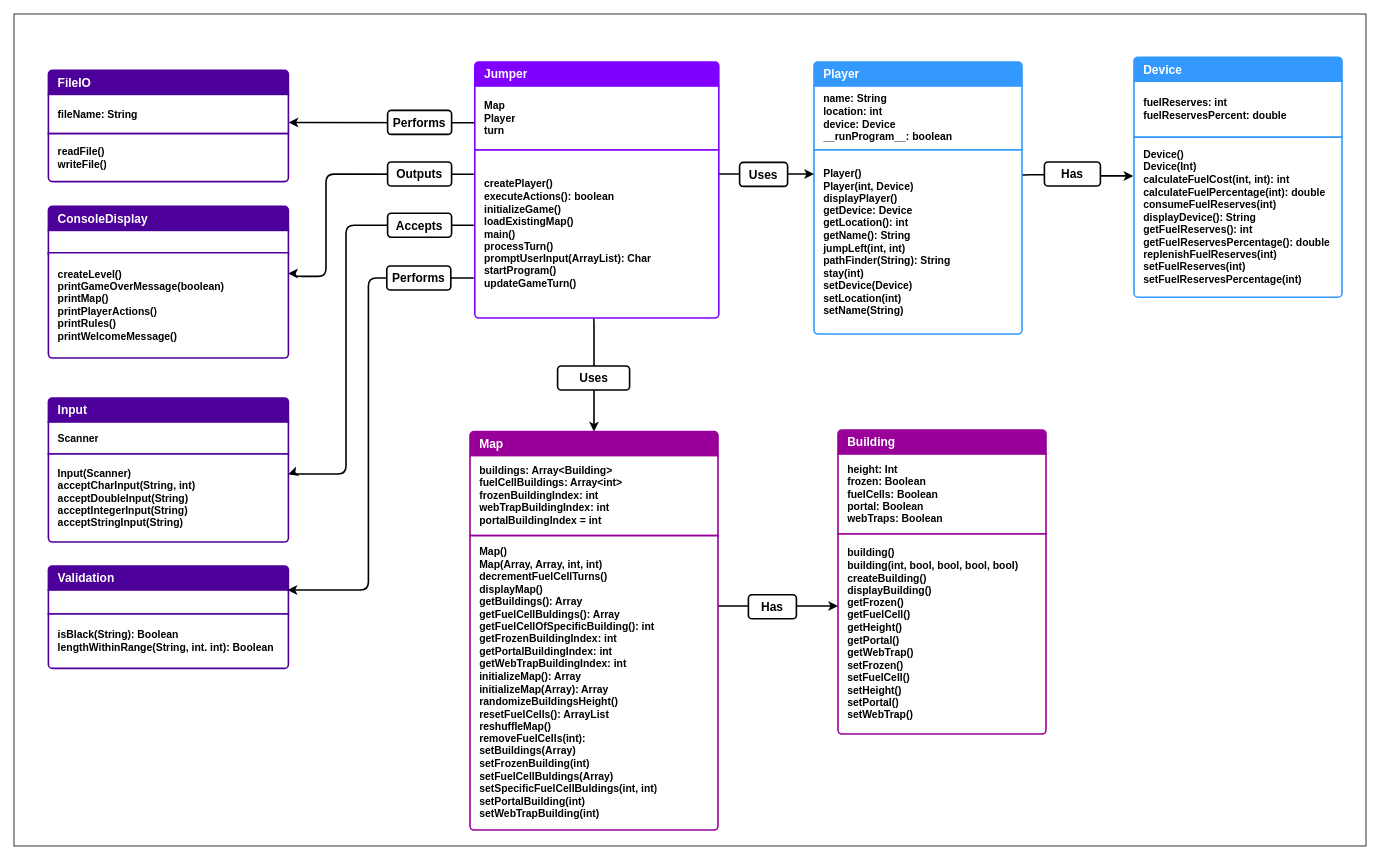
The draw.io diagram Java Programming/Assignment Java Jumper/doc/ClassDiagram.drawio in ByteToBits/CompScience, before the edit. Source tidied: cells renumbered, new cells numbered last; positions are measured from the earlier drawing's top-left corner, leaving out a move shared by most shapes. Both pictures are drawn from the tidied source at 80%, with x=0, y=0 at pixel (14, 14).
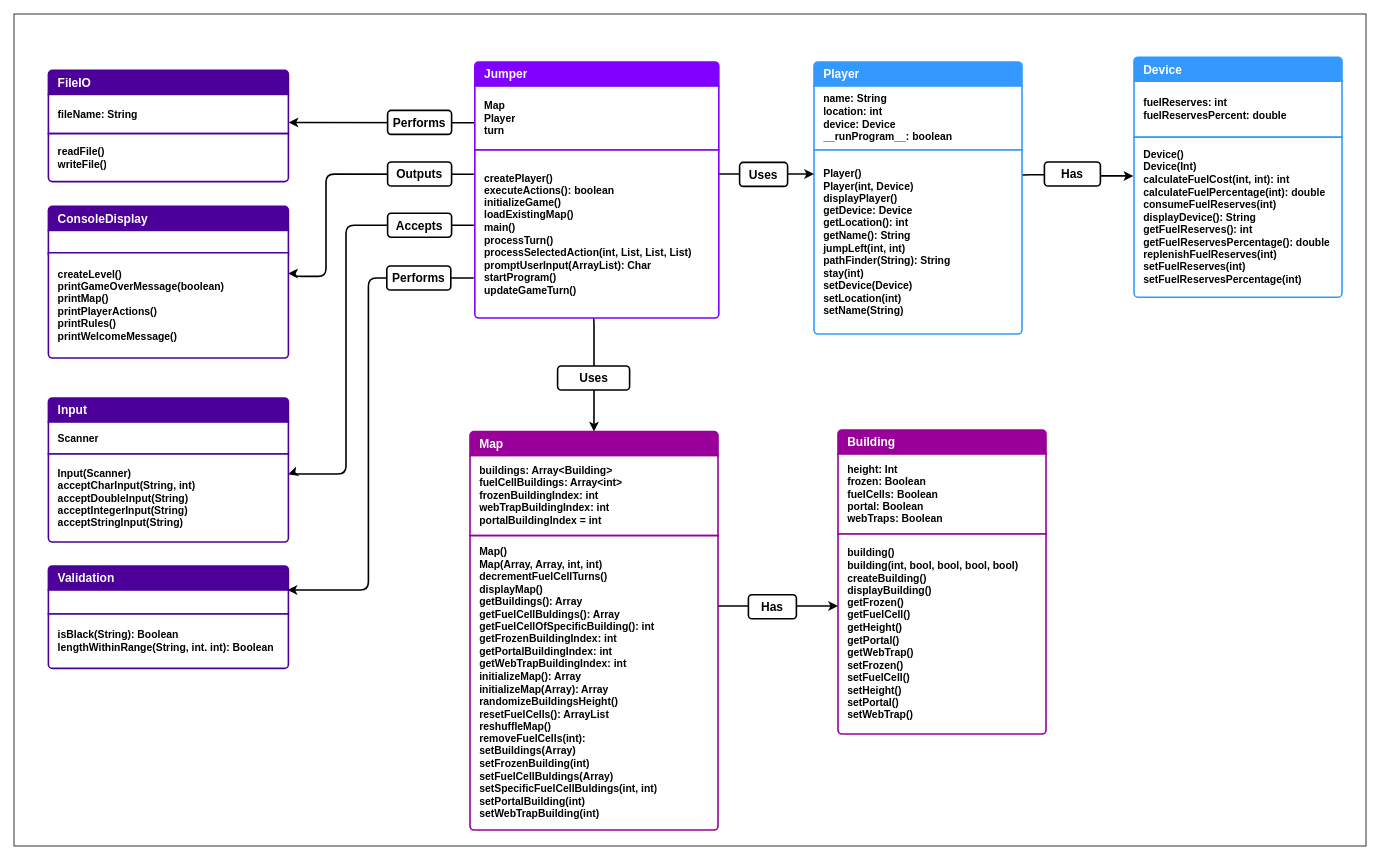
The same page after the edit.

The edit, as a diff of the source:
```diff
@@
-    <mxCell id="47" value="&lt;strong style=&quot;background-color: initial;&quot;&gt;createPlayer()&lt;/strong&gt;&lt;div&gt;executeActions(): boolean&lt;br&gt;&lt;strong style=&quot;background-color: initial;&quot;&gt;initializeGame()&lt;/strong&gt;&lt;br&gt;&lt;strong style=&quot;background-color: initial;&quot;&gt;loadExistingMap()&lt;/strong&gt;&lt;br&gt;&lt;strong style=&quot;background-color: initial;&quot;&gt;main()&lt;/strong&gt;&lt;br&gt;&lt;strong style=&quot;background-color: initial;&quot;&gt;processTurn()&lt;/strong&gt;&lt;div&gt;promptUserInput(ArrayList): Char&lt;/div&gt;&lt;div&gt;&lt;strong style=&quot;background-color: initial;&quot;&gt;startProgram()&lt;/strong&gt;&lt;br&gt;&lt;strong style=&quot;background-color: initial;&quot;&gt;updateGameTurn()&lt;/strong&gt;&lt;br&gt;&lt;/div&gt;&lt;/div&gt;" style="text;strokeColor=#7F00FF;fillColor=#FFFFFF;align=left;verticalAlign=middle;spacingLeft=10;spacingRight=10;overflow=hidden;points=[[0,0.5],[1,0.5]];portConstraint=eastwest;whiteSpace=wrap;html=1;shape=mxgraph.bootstrap.bottomButton;rSize=5;fontColor=#000000;strokeWidth=2;labelPadding=0;labelBorderColor=none;fontSize=13;fontStyle=1;shadow=0;perimeterSpacing=0;swimlaneLine=0;" parent="1" vertex="1">
+    <mxCell id="47" value="&lt;strong style=&quot;background-color: initial;&quot;&gt;createPlayer()&lt;/strong&gt;&lt;div&gt;executeActions(): boolean&lt;br&gt;&lt;strong style=&quot;background-color: initial;&quot;&gt;initializeGame()&lt;/strong&gt;&lt;br&gt;&lt;strong style=&quot;background-color: initial;&quot;&gt;loadExistingMap()&lt;/strong&gt;&lt;br&gt;&lt;strong style=&quot;background-color: initial;&quot;&gt;main()&lt;/strong&gt;&lt;br&gt;&lt;strong style=&quot;background-color: initial;&quot;&gt;processTurn()&lt;/strong&gt;&lt;/div&gt;&lt;div&gt;processSelectedAction(int, List, List, List)&lt;br&gt;&lt;div&gt;promptUserInput(ArrayList): Char&lt;/div&gt;&lt;div&gt;&lt;strong style=&quot;background-color: initial;&quot;&gt;startProgram()&lt;/strong&gt;&lt;br&gt;&lt;strong style=&quot;background-color: initial;&quot;&gt;updateGameTurn()&lt;/strong&gt;&lt;br&gt;&lt;/div&gt;&lt;/div&gt;" style="text;strokeColor=#7F00FF;fillColor=#FFFFFF;align=left;verticalAlign=middle;spacingLeft=10;spacingRight=10;overflow=hidden;points=[[0,0.5],[1,0.5]];portConstraint=eastwest;whiteSpace=wrap;html=1;shape=mxgraph.bootstrap.bottomButton;rSize=5;fontColor=#000000;strokeWidth=2;labelPadding=0;labelBorderColor=none;fontSize=13;fontStyle=1;shadow=0;perimeterSpacing=0;swimlaneLine=0;" parent="1" vertex="1">
       <mxGeometry x="576" y="170" width="305" height="210" as="geometry" />
     </mxCell>
```
